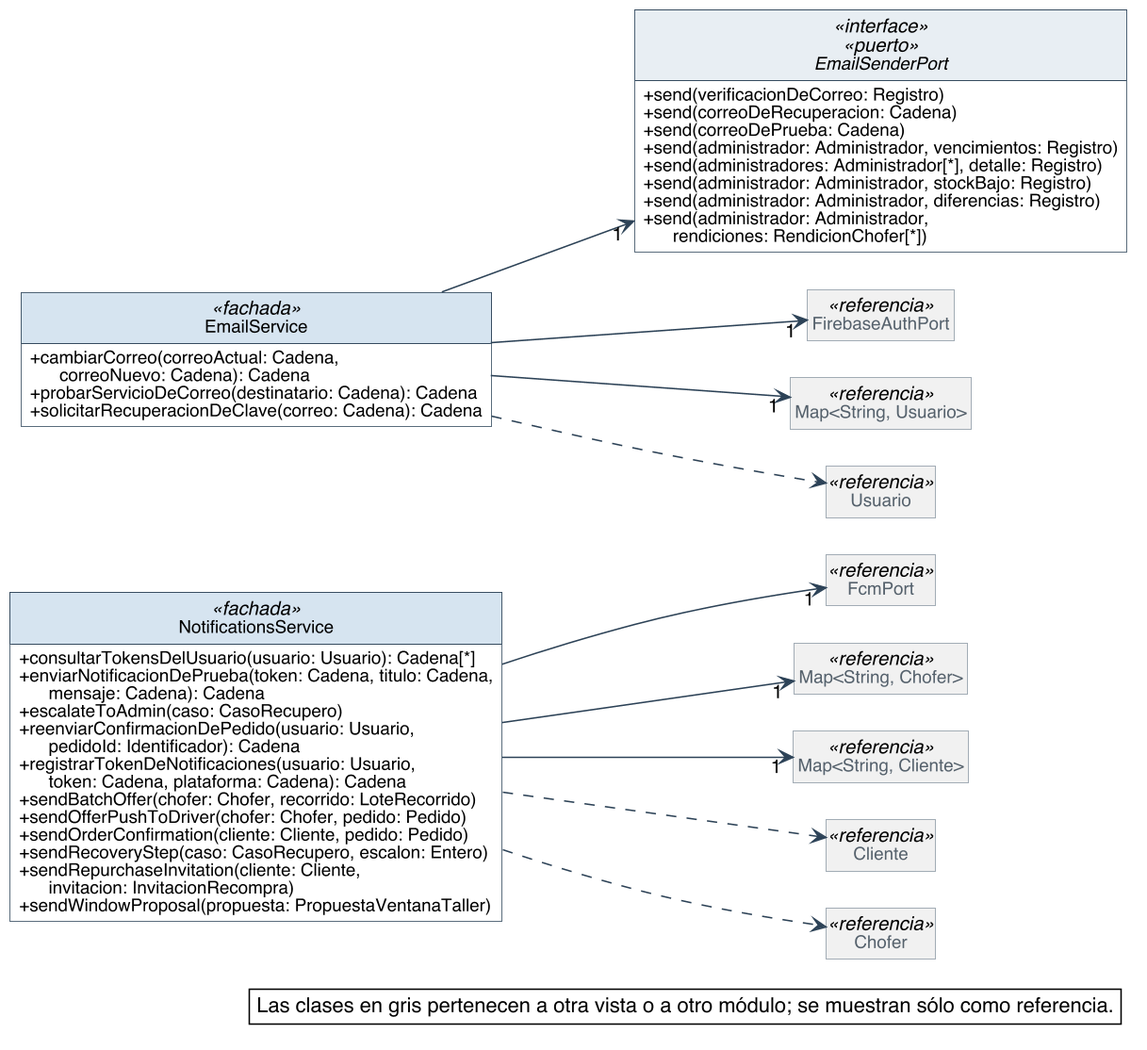
Before: diagramas/clases-diseno/DC_Mod_Notificaciones.png, a diagram exported from PlantUML (Nahuelito-Dev/splg-docs).
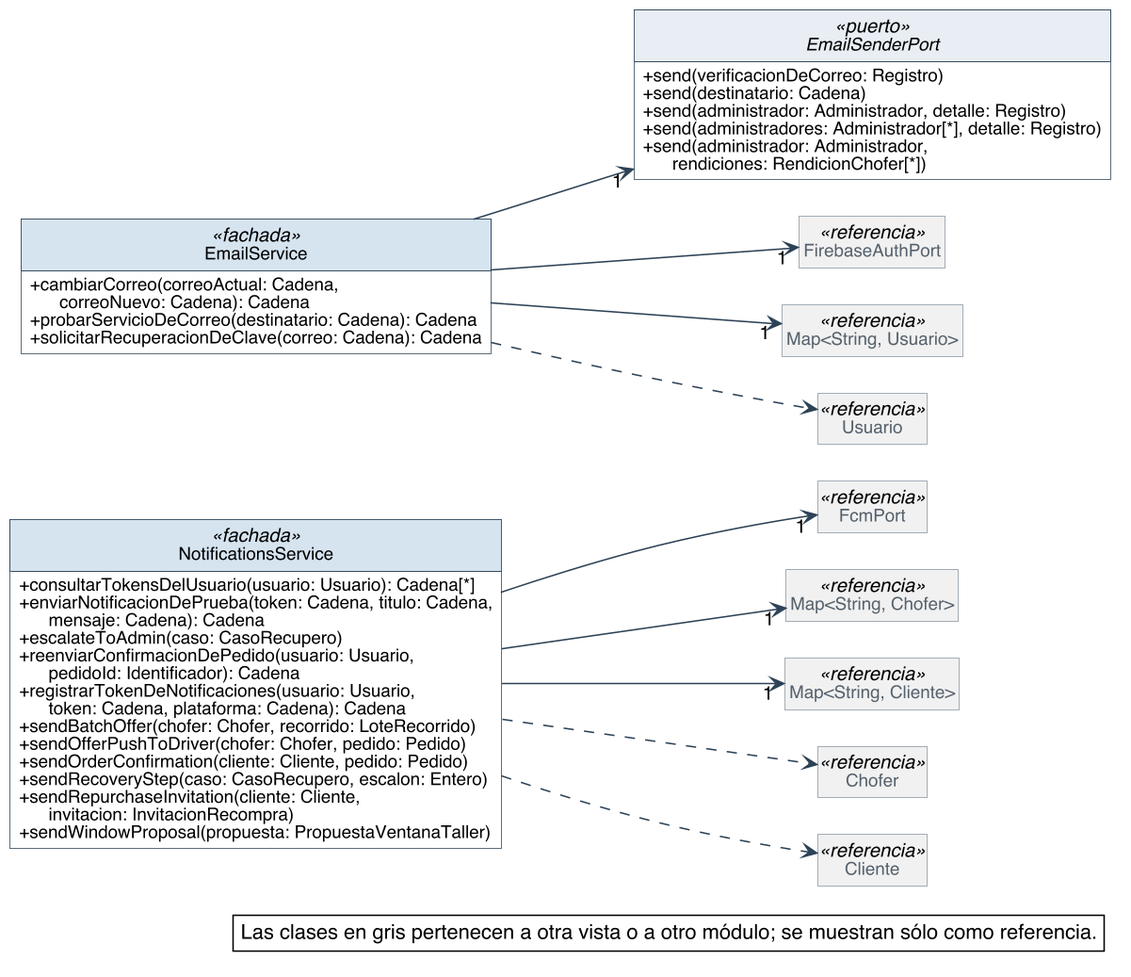
After the commit.

The edit, as a diff of the source:
```diff
@@ -78,14 +78,11 @@
   + probarServicioDeCorreo(destinatario: Cadena): Cadena
   + solicitarRecuperacionDeClave(correo: Cadena): Cadena
 }
-interface EmailSenderPort <<interface>> <<puerto>> {
+interface EmailSenderPort <<puerto>> {
   + send(verificacionDeCorreo: Registro)
-  + send(correoDeRecuperacion: Cadena)
-  + send(correoDePrueba: Cadena)
-  + send(administrador: Administrador, vencimientos: Registro)
+  + send(destinatario: Cadena)
+  + send(administrador: Administrador, detalle: Registro)
   + send(administradores: Administrador[*], detalle: Registro)
-  + send(administrador: Administrador, stockBajo: Registro)
-  + send(administrador: Administrador, diferencias: Registro)
   + send(administrador: Administrador,\n      rendiciones: RendicionChofer[*])
 }
 class FirebaseAuthPort <<referencia>>
@@ -93,9 +90,9 @@
 class FcmPort <<referencia>>
 class "Map<String, Chofer>" as Map_String_Chofer <<referencia>>
 class "Map<String, Cliente>" as Map_String_Cliente <<referencia>>
+class Usuario <<referencia>>
+class Chofer <<referencia>>
 class Cliente <<referencia>>
-class Chofer <<referencia>>
-class Usuario <<referencia>>
 
 EmailService --> "1" EmailSenderPort
 EmailService --> "1" FirebaseAuthPort
```
